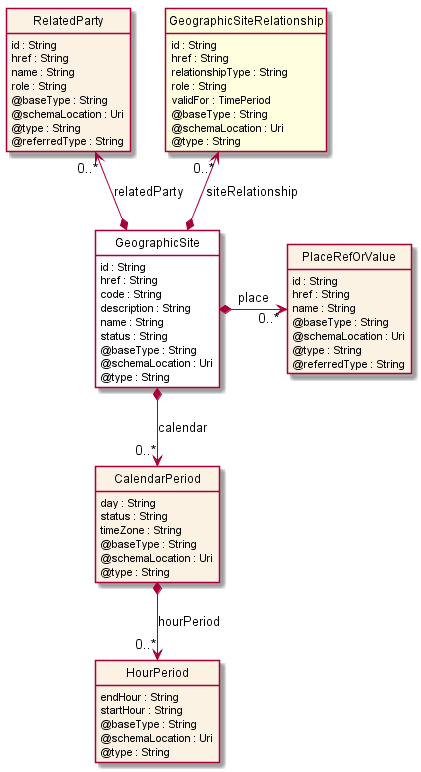
Before: apis/TMF674_Geographic_Site/documentation/diagrams/Resource_GeographicSite.png, a diagram exported from PlantUML (tmforum-apis/Open_Api_And_Data_Model). Its diagram source:
```plantuml
@startuml
hide circle
hide methods
hide stereotype
show <<Enumeration>> stereotype
skinparam class {
   BackgroundColor<<Enumeration>> #E6F5F7
   BackgroundColor<<Ref>> #FFFFE0
   BackgroundColor<<Pivot>> #FFFFFFF
   BackgroundColor #FCF2E3
}

class GeographicSite <<Pivot>> {
    id : String
    href : String
    code : String
    description : String
    name : String
    status : String
    @baseType : String
    @schemaLocation : Uri
    @type : String
}

class CalendarPeriod {
    day : String
    status : String
    timeZone : String
    @baseType : String
    @schemaLocation : Uri
    @type : String
}

class HourPeriod {
    endHour : String
    startHour : String
    @baseType : String
    @schemaLocation : Uri
    @type : String
}

class PlaceRefOrValue {
    id : String
    href : String
    name : String
    @baseType : String
    @schemaLocation : Uri
    @type : String
    @referredType : String
}

class RelatedParty {
    id : String
    href : String
    name : String
    role : String
    @baseType : String
    @schemaLocation : Uri
    @type : String
    @referredType : String
}

class GeographicSiteRelationship <<Ref>> {
    id : String
    href : String
    relationshipType : String
    role : String
    validFor : TimePeriod
    @baseType : String
    @schemaLocation : Uri
    @type : String
}


GeographicSite *-right-> "0..*" PlaceRefOrValue : place
RelatedParty "0..*" <--* GeographicSite : relatedParty
GeographicSiteRelationship "0..*" <--* GeographicSite : siteRelationship
GeographicSite *-->  "0..*" CalendarPeriod : calendar

CalendarPeriod *-->  "0..*" HourPeriod : hourPeriod




@enduml
```
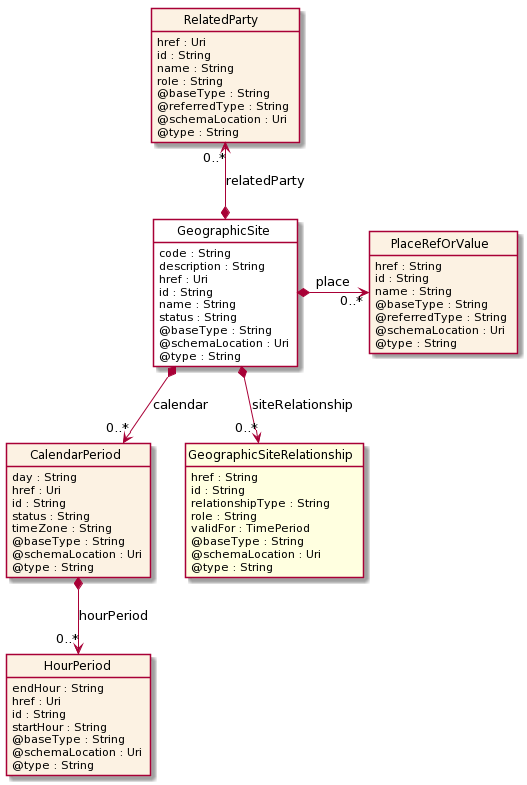
Above is the later version.

Diff of the diagram source:
```diff
@@ -10,11 +10,11 @@
    BackgroundColor #FCF2E3
 }
 
-class GeographicSite <<Pivot>> {
-    id : String
-    href : String
+class GeographicSite  <<Pivot>> {
     code : String
     description : String
+    href : Uri
+    id : String
     name : String
     status : String
     @baseType : String
@@ -22,8 +22,10 @@
     @type : String
 }
 
-class CalendarPeriod {
+class CalendarPeriod  {
     day : String
+    href : Uri
+    id : String
     status : String
     timeZone : String
     @baseType : String
@@ -31,38 +33,30 @@
     @type : String
 }
 
-class HourPeriod {
+class HourPeriod  {
     endHour : String
+    href : Uri
+    id : String
     startHour : String
     @baseType : String
     @schemaLocation : Uri
     @type : String
 }
 
-class PlaceRefOrValue {
+class RelatedParty  {
+    href : Uri
     id : String
-    href : String
-    name : String
-    @baseType : String
-    @schemaLocation : Uri
-    @type : String
-    @referredType : String
-}
-
-class RelatedParty {
-    id : String
-    href : String
     name : String
     role : String
     @baseType : String
+    @referredType : String
     @schemaLocation : Uri
     @type : String
-    @referredType : String
 }
 
-class GeographicSiteRelationship <<Ref>> {
+class GeographicSiteRelationship  <<Ref>> {
+    href : String
     id : String
-    href : String
     relationshipType : String
     role : String
     validFor : TimePeriod
@@ -71,15 +65,24 @@
     @type : String
 }
 
+class PlaceRefOrValue  {
+    href : String
+    id : String
+    name : String
+    @baseType : String
+    @referredType : String
+    @schemaLocation : Uri
+    @type : String
+}
 
 GeographicSite *-right-> "0..*" PlaceRefOrValue : place
+
 RelatedParty "0..*" <--* GeographicSite : relatedParty
-GeographicSiteRelationship "0..*" <--* GeographicSite : siteRelationship
+
+GeographicSite *-->  "0..*" GeographicSiteRelationship : siteRelationship
+
 GeographicSite *-->  "0..*" CalendarPeriod : calendar
 
 CalendarPeriod *-->  "0..*" HourPeriod : hourPeriod
 
-
-
-
 @enduml
```
